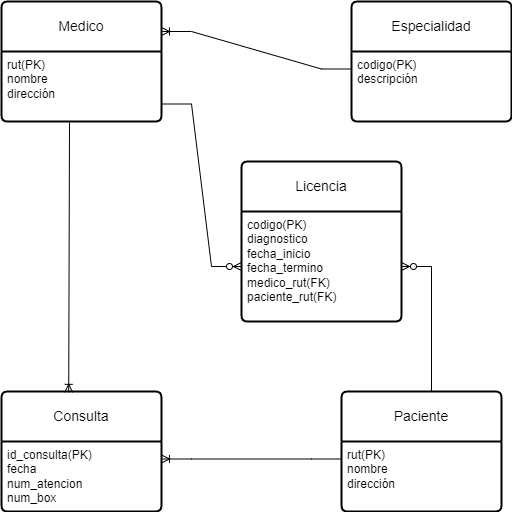
Earlier version of the draw.io export Dia12/Desafio4.png (Najla-gf/M5_BASEDATOS). Source tidied: cells renumbered, new cells last; positions are measured from the earlier drawing's top-left corner, leaving out a move shared by most shapes. The source it was exported from:
```xml
<mxGraphModel>
  <root>
    <mxCell id="0" />
    <mxCell id="1" parent="0" />
    <mxCell id="2" value="Medico" style="swimlane;horizontal=1;startSize=50;rounded=1;fontSize=14;fontStyle=0;strokeWidth=2;shadow=0;dashed=0;align=center;arcSize=4;whiteSpace=wrap;html=1;" parent="1" vertex="1">
      <mxGeometry width="160" height="120" as="geometry" />
    </mxCell>
    <mxCell id="3" value="rut(PK)&lt;div&gt;nombre&lt;br&gt;dirección&lt;/div&gt;" style="align=left;strokeColor=none;fillColor=none;spacingLeft=4;fontSize=12;verticalAlign=top;html=1;" parent="2" vertex="1">
      <mxGeometry y="50" width="160" height="70" as="geometry" />
    </mxCell>
    <mxCell id="4" value="Especialidad" style="swimlane;horizontal=1;startSize=50;rounded=1;fontSize=14;fontStyle=0;strokeWidth=2;shadow=0;dashed=0;align=center;arcSize=4;whiteSpace=wrap;html=1;" parent="1" vertex="1">
      <mxGeometry x="350" width="160" height="120" as="geometry" />
    </mxCell>
    <mxCell id="5" value="codigo(PK)&lt;div&gt;descripción&lt;br&gt;&lt;br&gt;&lt;/div&gt;" style="align=left;strokeColor=none;fillColor=none;spacingLeft=4;fontSize=12;verticalAlign=top;html=1;" parent="4" vertex="1">
      <mxGeometry y="50" width="160" height="70" as="geometry" />
    </mxCell>
    <mxCell id="6" value="Consulta" style="swimlane;horizontal=1;startSize=50;rounded=1;fontSize=14;fontStyle=0;strokeWidth=2;shadow=0;dashed=0;align=center;arcSize=4;whiteSpace=wrap;html=1;" parent="1" vertex="1">
      <mxGeometry y="390" width="160" height="120" as="geometry" />
    </mxCell>
    <mxCell id="7" value="&lt;div&gt;id_consulta(PK)&lt;/div&gt;&lt;div&gt;fecha&lt;/div&gt;&lt;div&gt;num_atencion&lt;br&gt;&lt;/div&gt;&lt;div&gt;&lt;span style=&quot;background-color: initial;&quot;&gt;num_box&lt;/span&gt;&lt;br&gt;&lt;/div&gt;" style="align=left;strokeColor=none;fillColor=none;spacingLeft=4;fontSize=12;verticalAlign=top;html=1;" parent="6" vertex="1">
      <mxGeometry y="50" width="160" height="70" as="geometry" />
    </mxCell>
    <mxCell id="8" value="Paciente" style="swimlane;horizontal=1;startSize=50;rounded=1;fontSize=14;fontStyle=0;strokeWidth=2;shadow=0;dashed=0;align=center;arcSize=4;whiteSpace=wrap;html=1;" parent="1" vertex="1">
      <mxGeometry x="340" y="390" width="160" height="120" as="geometry" />
    </mxCell>
    <mxCell id="9" value="rut(PK)&lt;div&gt;nombre&lt;br&gt;dirección&lt;/div&gt;" style="align=left;strokeColor=none;fillColor=none;spacingLeft=4;fontSize=12;verticalAlign=top;html=1;" parent="8" vertex="1">
      <mxGeometry y="50" width="160" height="70" as="geometry" />
    </mxCell>
    <mxCell id="10" style="edgeStyle=entityRelationEdgeStyle;fontSize=12;html=1;endArrow=ERoneToMany;rounded=0;exitX=0;exitY=0.25;exitDx=0;exitDy=0;entryX=1;entryY=0.25;entryDx=0;entryDy=0;" parent="1" edge="1" source="5" target="2">
      <mxGeometry relative="1" as="geometry">
        <Array as="points">
          <mxPoint x="290" y="130" />
        </Array>
      </mxGeometry>
    </mxCell>
    <mxCell id="11" style="edgeStyle=entityRelationEdgeStyle;fontSize=12;html=1;endArrow=ERoneToMany;rounded=0;exitX=0;exitY=0.25;exitDx=0;exitDy=0;entryX=1;entryY=0.25;entryDx=0;entryDy=0;" parent="1" edge="1" source="9" target="7">
      <mxGeometry relative="1" as="geometry" />
    </mxCell>
    <mxCell id="12" value="Licencia" style="swimlane;horizontal=1;startSize=50;rounded=1;fontSize=14;fontStyle=0;strokeWidth=2;shadow=0;dashed=0;align=center;arcSize=4;whiteSpace=wrap;html=1;" parent="1" vertex="1">
      <mxGeometry x="240" y="160" width="160" height="160" as="geometry" />
    </mxCell>
    <mxCell id="13" value="codigo(PK)&lt;div&gt;diagnostico&lt;/div&gt;&lt;div&gt;fecha_inicio&lt;/div&gt;&lt;div&gt;fecha_termino&lt;/div&gt;&lt;div&gt;medico_rut(FK)&lt;/div&gt;&lt;div&gt;paciente_rut(FK)&lt;/div&gt;" style="align=left;strokeColor=none;fillColor=none;spacingLeft=4;fontSize=12;verticalAlign=top;html=1;" parent="12" vertex="1">
      <mxGeometry y="50" width="160" height="110" as="geometry" />
    </mxCell>
    <mxCell id="14" style="edgeStyle=entityRelationEdgeStyle;fontSize=12;html=1;endArrow=ERzeroToMany;endFill=1;rounded=0;exitX=1;exitY=0.75;exitDx=0;exitDy=0;entryX=0;entryY=0.5;entryDx=0;entryDy=0;" parent="1" edge="1" source="3" target="13">
      <mxGeometry relative="1" as="geometry" />
    </mxCell>
    <mxCell id="15" style="edgeStyle=entityRelationEdgeStyle;fontSize=12;html=1;endArrow=ERzeroToMany;endFill=1;rounded=0;exitX=0.75;exitY=0;exitDx=0;exitDy=0;entryX=1;entryY=0.5;entryDx=0;entryDy=0;" parent="1" edge="1" source="8" target="13">
      <mxGeometry relative="1" as="geometry">
        <Array as="points">
          <mxPoint x="680" y="250" />
        </Array>
      </mxGeometry>
    </mxCell>
    <mxCell id="16" style="fontSize=12;html=1;endArrow=ERoneToMany;rounded=0;exitX=0.425;exitY=1.017;exitDx=0;exitDy=0;exitPerimeter=0;entryX=0.42;entryY=0.007;entryDx=0;entryDy=0;entryPerimeter=0;" parent="1" edge="1" source="3" target="6">
      <mxGeometry relative="1" as="geometry" />
    </mxCell>
  </root>
</mxGraphModel>
```
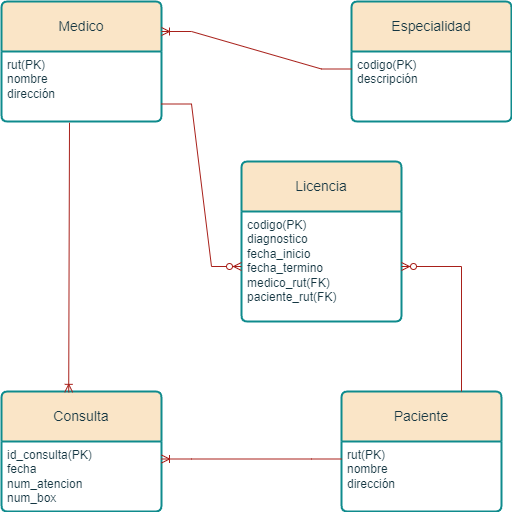
The same file after the commit.

Commit message:
desafio actualizado

Diff of the diagram source:
```diff
@@ -1,58 +1,58 @@
-<mxGraphModel>
+<mxGraphModel background="#FFFFFF">
   <root>
     <mxCell id="0" />
     <mxCell id="1" parent="0" />
-    <mxCell id="2" value="Medico" style="swimlane;horizontal=1;startSize=50;rounded=1;fontSize=14;fontStyle=0;strokeWidth=2;shadow=0;dashed=0;align=center;arcSize=4;whiteSpace=wrap;html=1;" parent="1" vertex="1">
+    <mxCell id="2" value="Medico" style="swimlane;horizontal=1;startSize=50;rounded=1;fontSize=14;fontStyle=0;strokeWidth=2;shadow=0;dashed=0;align=center;arcSize=4;whiteSpace=wrap;html=1;labelBackgroundColor=none;fillColor=#FAE5C7;strokeColor=#0F8B8D;fontColor=#143642;" parent="1" vertex="1">
       <mxGeometry width="160" height="120" as="geometry" />
     </mxCell>
-    <mxCell id="3" value="rut(PK)&lt;div&gt;nombre&lt;br&gt;dirección&lt;/div&gt;" style="align=left;strokeColor=none;fillColor=none;spacingLeft=4;fontSize=12;verticalAlign=top;html=1;" parent="2" vertex="1">
+    <mxCell id="3" value="rut(PK)&lt;div&gt;nombre&lt;br&gt;dirección&lt;/div&gt;" style="align=left;strokeColor=none;fillColor=none;spacingLeft=4;fontSize=12;verticalAlign=top;html=1;labelBackgroundColor=none;fontColor=#143642;" parent="2" vertex="1">
       <mxGeometry y="50" width="160" height="70" as="geometry" />
     </mxCell>
-    <mxCell id="4" value="Especialidad" style="swimlane;horizontal=1;startSize=50;rounded=1;fontSize=14;fontStyle=0;strokeWidth=2;shadow=0;dashed=0;align=center;arcSize=4;whiteSpace=wrap;html=1;" parent="1" vertex="1">
+    <mxCell id="4" value="Especialidad" style="swimlane;horizontal=1;startSize=50;rounded=1;fontSize=14;fontStyle=0;strokeWidth=2;shadow=0;dashed=0;align=center;arcSize=4;whiteSpace=wrap;html=1;labelBackgroundColor=none;fillColor=#FAE5C7;strokeColor=#0F8B8D;fontColor=#143642;" parent="1" vertex="1">
       <mxGeometry x="350" width="160" height="120" as="geometry" />
     </mxCell>
-    <mxCell id="5" value="codigo(PK)&lt;div&gt;descripción&lt;br&gt;&lt;br&gt;&lt;/div&gt;" style="align=left;strokeColor=none;fillColor=none;spacingLeft=4;fontSize=12;verticalAlign=top;html=1;" parent="4" vertex="1">
+    <mxCell id="5" value="codigo(PK)&lt;div&gt;descripción&lt;br&gt;&lt;br&gt;&lt;/div&gt;" style="align=left;strokeColor=none;fillColor=none;spacingLeft=4;fontSize=12;verticalAlign=top;html=1;labelBackgroundColor=none;fontColor=#143642;" parent="4" vertex="1">
       <mxGeometry y="50" width="160" height="70" as="geometry" />
     </mxCell>
-    <mxCell id="6" value="Consulta" style="swimlane;horizontal=1;startSize=50;rounded=1;fontSize=14;fontStyle=0;strokeWidth=2;shadow=0;dashed=0;align=center;arcSize=4;whiteSpace=wrap;html=1;" parent="1" vertex="1">
+    <mxCell id="6" value="Consulta" style="swimlane;horizontal=1;startSize=50;rounded=1;fontSize=14;fontStyle=0;strokeWidth=2;shadow=0;dashed=0;align=center;arcSize=4;whiteSpace=wrap;html=1;labelBackgroundColor=none;fillColor=#FAE5C7;strokeColor=#0F8B8D;fontColor=#143642;" parent="1" vertex="1">
       <mxGeometry y="390" width="160" height="120" as="geometry" />
     </mxCell>
-    <mxCell id="7" value="&lt;div&gt;id_consulta(PK)&lt;/div&gt;&lt;div&gt;fecha&lt;/div&gt;&lt;div&gt;num_atencion&lt;br&gt;&lt;/div&gt;&lt;div&gt;&lt;span style=&quot;background-color: initial;&quot;&gt;num_box&lt;/span&gt;&lt;br&gt;&lt;/div&gt;" style="align=left;strokeColor=none;fillColor=none;spacingLeft=4;fontSize=12;verticalAlign=top;html=1;" parent="6" vertex="1">
+    <mxCell id="7" value="&lt;div&gt;id_consulta(PK)&lt;/div&gt;&lt;div&gt;fecha&lt;/div&gt;&lt;div&gt;num_atencion&lt;br&gt;&lt;/div&gt;&lt;div&gt;&lt;span style=&quot;background-color: initial;&quot;&gt;num_box&lt;/span&gt;&lt;br&gt;&lt;/div&gt;" style="align=left;strokeColor=none;fillColor=none;spacingLeft=4;fontSize=12;verticalAlign=top;html=1;labelBackgroundColor=none;fontColor=#143642;" parent="6" vertex="1">
       <mxGeometry y="50" width="160" height="70" as="geometry" />
     </mxCell>
-    <mxCell id="8" value="Paciente" style="swimlane;horizontal=1;startSize=50;rounded=1;fontSize=14;fontStyle=0;strokeWidth=2;shadow=0;dashed=0;align=center;arcSize=4;whiteSpace=wrap;html=1;" parent="1" vertex="1">
+    <mxCell id="8" value="Paciente" style="swimlane;horizontal=1;startSize=50;rounded=1;fontSize=14;fontStyle=0;strokeWidth=2;shadow=0;dashed=0;align=center;arcSize=4;whiteSpace=wrap;html=1;labelBackgroundColor=none;fillColor=#FAE5C7;strokeColor=#0F8B8D;fontColor=#143642;" parent="1" vertex="1">
       <mxGeometry x="340" y="390" width="160" height="120" as="geometry" />
     </mxCell>
-    <mxCell id="9" value="rut(PK)&lt;div&gt;nombre&lt;br&gt;dirección&lt;/div&gt;" style="align=left;strokeColor=none;fillColor=none;spacingLeft=4;fontSize=12;verticalAlign=top;html=1;" parent="8" vertex="1">
+    <mxCell id="9" value="rut(PK)&lt;div&gt;nombre&lt;br&gt;dirección&lt;/div&gt;" style="align=left;strokeColor=none;fillColor=none;spacingLeft=4;fontSize=12;verticalAlign=top;html=1;labelBackgroundColor=none;fontColor=#143642;" parent="8" vertex="1">
       <mxGeometry y="50" width="160" height="70" as="geometry" />
     </mxCell>
-    <mxCell id="10" style="edgeStyle=entityRelationEdgeStyle;fontSize=12;html=1;endArrow=ERoneToMany;rounded=0;exitX=0;exitY=0.25;exitDx=0;exitDy=0;entryX=1;entryY=0.25;entryDx=0;entryDy=0;" parent="1" edge="1" source="5" target="2">
+    <mxCell id="10" style="edgeStyle=entityRelationEdgeStyle;fontSize=12;html=1;endArrow=ERoneToMany;rounded=0;exitX=0;exitY=0.25;exitDx=0;exitDy=0;entryX=1;entryY=0.25;entryDx=0;entryDy=0;labelBackgroundColor=none;strokeColor=#A8201A;fontColor=default;" parent="1" edge="1" source="5" target="2">
       <mxGeometry relative="1" as="geometry">
         <Array as="points">
           <mxPoint x="290" y="130" />
         </Array>
       </mxGeometry>
     </mxCell>
-    <mxCell id="11" style="edgeStyle=entityRelationEdgeStyle;fontSize=12;html=1;endArrow=ERoneToMany;rounded=0;exitX=0;exitY=0.25;exitDx=0;exitDy=0;entryX=1;entryY=0.25;entryDx=0;entryDy=0;" parent="1" edge="1" source="9" target="7">
+    <mxCell id="11" style="edgeStyle=entityRelationEdgeStyle;fontSize=12;html=1;endArrow=ERoneToMany;rounded=0;exitX=0;exitY=0.25;exitDx=0;exitDy=0;entryX=1;entryY=0.25;entryDx=0;entryDy=0;labelBackgroundColor=none;strokeColor=#A8201A;fontColor=default;" parent="1" edge="1" source="9" target="7">
       <mxGeometry relative="1" as="geometry" />
     </mxCell>
-    <mxCell id="12" value="Licencia" style="swimlane;horizontal=1;startSize=50;rounded=1;fontSize=14;fontStyle=0;strokeWidth=2;shadow=0;dashed=0;align=center;arcSize=4;whiteSpace=wrap;html=1;" parent="1" vertex="1">
+    <mxCell id="12" value="Licencia" style="swimlane;horizontal=1;startSize=50;rounded=1;fontSize=14;fontStyle=0;strokeWidth=2;shadow=0;dashed=0;align=center;arcSize=4;whiteSpace=wrap;html=1;labelBackgroundColor=none;fillColor=#FAE5C7;strokeColor=#0F8B8D;fontColor=#143642;" parent="1" vertex="1">
       <mxGeometry x="240" y="160" width="160" height="160" as="geometry" />
     </mxCell>
-    <mxCell id="13" value="codigo(PK)&lt;div&gt;diagnostico&lt;/div&gt;&lt;div&gt;fecha_inicio&lt;/div&gt;&lt;div&gt;fecha_termino&lt;/div&gt;&lt;div&gt;medico_rut(FK)&lt;/div&gt;&lt;div&gt;paciente_rut(FK)&lt;/div&gt;" style="align=left;strokeColor=none;fillColor=none;spacingLeft=4;fontSize=12;verticalAlign=top;html=1;" parent="12" vertex="1">
+    <mxCell id="13" value="codigo(PK)&lt;div&gt;diagnostico&lt;/div&gt;&lt;div&gt;fecha_inicio&lt;/div&gt;&lt;div&gt;fecha_termino&lt;/div&gt;&lt;div&gt;medico_rut(FK)&lt;/div&gt;&lt;div&gt;paciente_rut(FK)&lt;/div&gt;" style="align=left;strokeColor=none;fillColor=none;spacingLeft=4;fontSize=12;verticalAlign=top;html=1;labelBackgroundColor=none;fontColor=#143642;" parent="12" vertex="1">
       <mxGeometry y="50" width="160" height="110" as="geometry" />
     </mxCell>
-    <mxCell id="14" style="edgeStyle=entityRelationEdgeStyle;fontSize=12;html=1;endArrow=ERzeroToMany;endFill=1;rounded=0;exitX=1;exitY=0.75;exitDx=0;exitDy=0;entryX=0;entryY=0.5;entryDx=0;entryDy=0;" parent="1" edge="1" source="3" target="13">
+    <mxCell id="14" style="edgeStyle=entityRelationEdgeStyle;fontSize=12;html=1;endArrow=ERzeroToMany;endFill=1;rounded=0;exitX=1;exitY=0.75;exitDx=0;exitDy=0;entryX=0;entryY=0.5;entryDx=0;entryDy=0;labelBackgroundColor=none;strokeColor=#A8201A;fontColor=default;" parent="1" edge="1" source="3" target="13">
       <mxGeometry relative="1" as="geometry" />
     </mxCell>
-    <mxCell id="15" style="edgeStyle=entityRelationEdgeStyle;fontSize=12;html=1;endArrow=ERzeroToMany;endFill=1;rounded=0;exitX=0.75;exitY=0;exitDx=0;exitDy=0;entryX=1;entryY=0.5;entryDx=0;entryDy=0;" parent="1" edge="1" source="8" target="13">
+    <mxCell id="15" style="fontSize=12;html=1;endArrow=ERzeroToMany;endFill=1;rounded=0;exitX=0.75;exitY=0;exitDx=0;exitDy=0;entryX=1;entryY=0.5;entryDx=0;entryDy=0;labelBackgroundColor=none;strokeColor=#A8201A;fontColor=default;" parent="1" edge="1" source="8" target="13">
       <mxGeometry relative="1" as="geometry">
         <Array as="points">
-          <mxPoint x="680" y="250" />
+          <mxPoint x="460" y="265" />
         </Array>
       </mxGeometry>
     </mxCell>
-    <mxCell id="16" style="fontSize=12;html=1;endArrow=ERoneToMany;rounded=0;exitX=0.425;exitY=1.017;exitDx=0;exitDy=0;exitPerimeter=0;entryX=0.42;entryY=0.007;entryDx=0;entryDy=0;entryPerimeter=0;" parent="1" edge="1" source="3" target="6">
+    <mxCell id="16" style="fontSize=12;html=1;endArrow=ERoneToMany;rounded=0;exitX=0.425;exitY=1.017;exitDx=0;exitDy=0;exitPerimeter=0;entryX=0.42;entryY=0.007;entryDx=0;entryDy=0;entryPerimeter=0;labelBackgroundColor=none;strokeColor=#A8201A;fontColor=default;" parent="1" edge="1" source="3" target="6">
       <mxGeometry relative="1" as="geometry" />
     </mxCell>
   </root>
```
